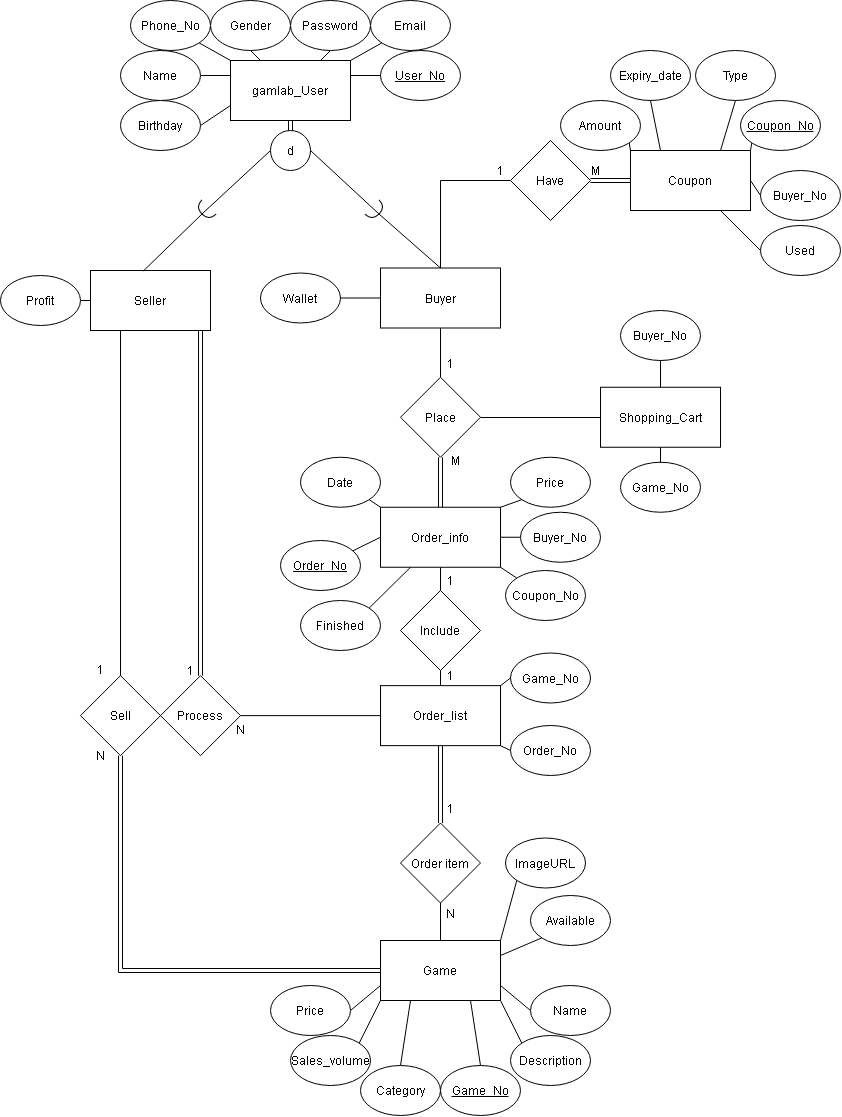
Above: DBMS-ER Diagram.png in 13urgerKing/109-1DBMS (draw.io), before the change. Source tidied: cells renumbered, new cells last; positions are measured from the earlier drawing's top-left corner, leaving out a move shared by most shapes.
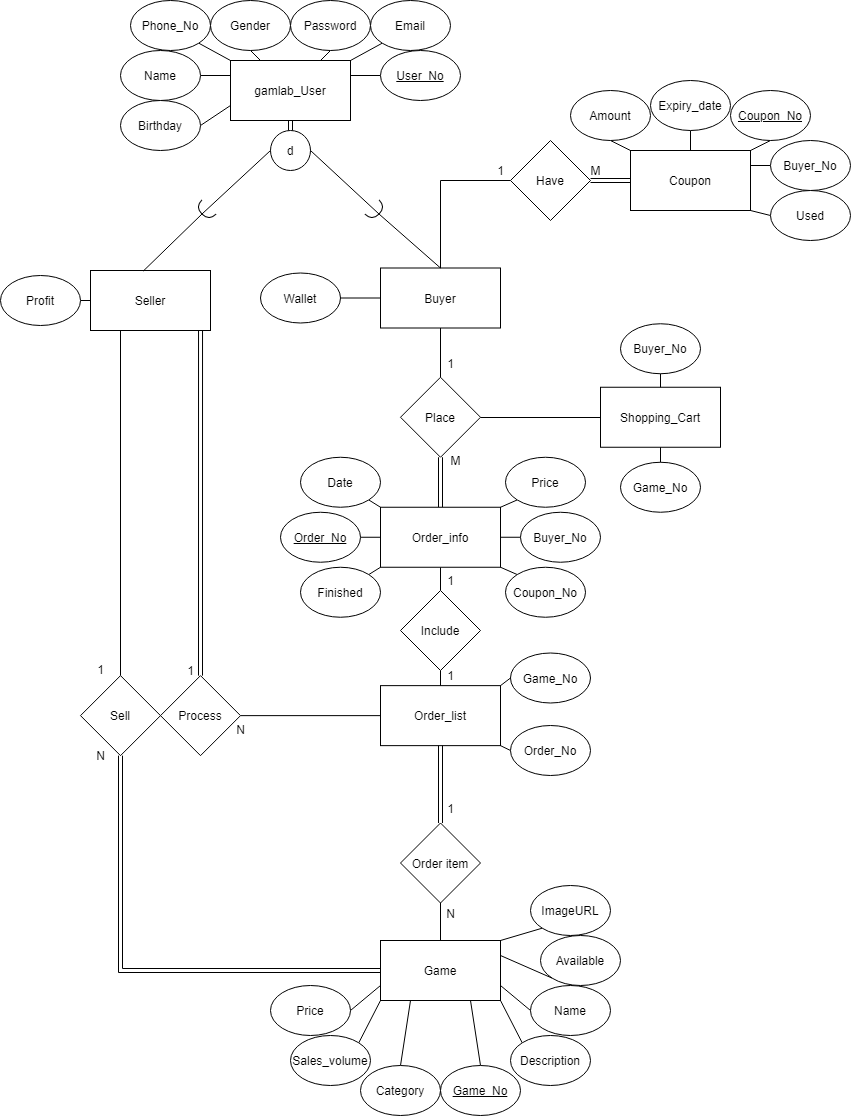
After the change.

The edit, as a diff of the source:
```diff
@@ -210,23 +210,23 @@
     <mxCell id="69" value="Coupon" style="rounded=0;whiteSpace=wrap;html=1;" parent="1" vertex="1">
       <mxGeometry x="630" y="150" width="120" height="60" as="geometry" />
     </mxCell>
-    <mxCell id="70" style="edgeStyle=none;rounded=0;jettySize=auto;html=1;exitX=0;exitY=1;exitDx=0;exitDy=0;entryX=1;entryY=0;entryDx=0;entryDy=0;endArrow=none;endFill=0;" parent="1" edge="1" source="71" target="69">
+    <mxCell id="70" style="edgeStyle=none;rounded=0;jettySize=auto;html=1;exitX=0.5;exitY=1;exitDx=0;exitDy=0;entryX=1;entryY=0;entryDx=0;entryDy=0;endArrow=none;endFill=0;" parent="1" edge="1" source="71" target="69">
       <mxGeometry relative="1" as="geometry" />
     </mxCell>
     <mxCell id="71" value="&lt;u&gt;Coupon_No&lt;/u&gt;" style="ellipse;whiteSpace=wrap;html=1;" parent="1" vertex="1">
-      <mxGeometry x="740" y="100" width="80" height="50" as="geometry" />
+      <mxGeometry x="730" y="90" width="80" height="50" as="geometry" />
     </mxCell>
-    <mxCell id="72" style="edgeStyle=none;rounded=0;jettySize=auto;html=1;exitX=0.5;exitY=1;exitDx=0;exitDy=0;entryX=0.25;entryY=0;entryDx=0;entryDy=0;endArrow=none;endFill=0;" parent="1" edge="1" source="73" target="69">
+    <mxCell id="72" style="edgeStyle=none;rounded=0;jettySize=auto;html=1;exitX=0.5;exitY=1;exitDx=0;exitDy=0;entryX=0.5;entryY=0;entryDx=0;entryDy=0;endArrow=none;endFill=0;" parent="1" edge="1" source="73" target="69">
       <mxGeometry relative="1" as="geometry" />
     </mxCell>
     <mxCell id="73" value="Expiry_date" style="ellipse;whiteSpace=wrap;html=1;" parent="1" vertex="1">
-      <mxGeometry x="610" y="50" width="80" height="50" as="geometry" />
+      <mxGeometry x="650" y="80" width="80" height="50" as="geometry" />
     </mxCell>
-    <mxCell id="74" style="edgeStyle=none;rounded=0;jettySize=auto;html=1;exitX=1;exitY=1;exitDx=0;exitDy=0;entryX=0;entryY=0;entryDx=0;entryDy=0;endArrow=none;endFill=0;" parent="1" edge="1" source="75" target="69">
+    <mxCell id="74" style="rounded=0;jettySize=auto;html=1;exitX=0.5;exitY=1;exitDx=0;exitDy=0;entryX=0;entryY=0;entryDx=0;entryDy=0;endArrow=none;endFill=0;" parent="1" edge="1" source="75" target="69">
       <mxGeometry relative="1" as="geometry" />
     </mxCell>
     <mxCell id="75" value="Amount" style="ellipse;whiteSpace=wrap;html=1;" parent="1" vertex="1">
-      <mxGeometry x="560" y="100" width="80" height="50" as="geometry" />
+      <mxGeometry x="570" y="90" width="80" height="50" as="geometry" />
     </mxCell>
     <mxCell id="76" style="edgeStyle=orthogonalEdgeStyle;rounded=0;jettySize=auto;html=1;exitX=0;exitY=0.5;exitDx=0;exitDy=0;entryX=0.5;entryY=0;entryDx=0;entryDy=0;endArrow=none;endFill=0;" parent="1" edge="1" source="78" target="9">
       <mxGeometry relative="1" as="geometry" />
@@ -243,12 +243,6 @@
     <mxCell id="80" value="M" style="text;html=1;align=center;verticalAlign=middle;" parent="1" vertex="1">
       <mxGeometry x="580" y="160" width="30" height="20" as="geometry" />
     </mxCell>
-    <mxCell id="81" style="edgeStyle=none;rounded=0;jettySize=auto;html=1;exitX=0.5;exitY=1;exitDx=0;exitDy=0;entryX=0.75;entryY=0;entryDx=0;entryDy=0;endArrow=none;endFill=0;" parent="1" edge="1" source="82" target="69">
-      <mxGeometry relative="1" as="geometry" />
-    </mxCell>
-    <mxCell id="82" value="Type" style="ellipse;whiteSpace=wrap;html=1;" parent="1" vertex="1">
-      <mxGeometry x="695" y="50" width="80" height="50" as="geometry" />
-    </mxCell>
     <mxCell id="83" style="edgeStyle=none;rounded=0;jettySize=auto;html=1;exitX=0.5;exitY=1;exitDx=0;exitDy=0;entryX=0.5;entryY=0;entryDx=0;entryDy=0;endArrow=none;endFill=0;" parent="1" edge="1" source="84" target="94">
       <mxGeometry relative="1" as="geometry" />
     </mxCell>
@@ -265,13 +259,13 @@
       <mxGeometry relative="1" as="geometry" />
     </mxCell>
     <mxCell id="88" value="Price" style="ellipse;whiteSpace=wrap;html=1;" parent="1" vertex="1">
-      <mxGeometry x="510" y="456.8" width="80" height="50" as="geometry" />
+      <mxGeometry x="505" y="456.8" width="80" height="50" as="geometry" />
     </mxCell>
     <mxCell id="89" style="edgeStyle=none;rounded=0;jettySize=auto;html=1;entryX=0;entryY=0.5;entryDx=0;entryDy=0;endArrow=none;endFill=0;" parent="1" edge="1" source="90" target="84">
       <mxGeometry relative="1" as="geometry" />
     </mxCell>
     <mxCell id="90" value="Order_No" style="ellipse;whiteSpace=wrap;html=1;fontStyle=4;" parent="1" vertex="1">
-      <mxGeometry x="280" y="540" width="80" height="50" as="geometry" />
+      <mxGeometry x="280" y="511.8" width="80" height="50" as="geometry" />
     </mxCell>
     <mxCell id="91" style="edgeStyle=none;rounded=0;jettySize=auto;html=1;exitX=0;exitY=0;exitDx=0;exitDy=0;entryX=1;entryY=1;entryDx=0;entryDy=0;endArrow=none;endFill=0;" parent="1" edge="1" source="108" target="84">
       <mxGeometry relative="1" as="geometry" />
@@ -291,26 +285,26 @@
     <mxCell id="96" value="1" style="text;html=1;align=center;verticalAlign=middle;" parent="1" vertex="1">
       <mxGeometry x="440" y="665.1" width="20" height="20" as="geometry" />
     </mxCell>
+    <mxCell id="98" style="edgeStyle=none;rounded=0;jettySize=auto;html=1;exitX=0;exitY=0.5;exitDx=0;exitDy=0;entryX=1;entryY=0.25;entryDx=0;entryDy=0;endArrow=none;endFill=0;" parent="1" edge="1" source="97" target="69">
+      <mxGeometry relative="1" as="geometry" />
+    </mxCell>
     <mxCell id="97" value="Buyer_No" style="ellipse;whiteSpace=wrap;html=1;" parent="1" vertex="1">
-      <mxGeometry x="760" y="170" width="80" height="50" as="geometry" />
+      <mxGeometry x="770" y="140" width="80" height="50" as="geometry" />
     </mxCell>
-    <mxCell id="98" style="edgeStyle=none;rounded=0;jettySize=auto;html=1;exitX=0;exitY=0.5;exitDx=0;exitDy=0;entryX=1;entryY=0.5;entryDx=0;entryDy=0;endArrow=none;endFill=0;" parent="1" edge="1" source="97" target="69">
-      <mxGeometry relative="1" as="geometry" />
-    </mxCell>
+    <mxCell id="100" style="edgeStyle=none;rounded=0;jettySize=auto;html=1;exitX=0;exitY=0.5;exitDx=0;exitDy=0;entryX=1;entryY=1;entryDx=0;entryDy=0;endArrow=none;endFill=0;" parent="1" edge="1" source="99" target="69">
+      <mxGeometry relative="1" as="geometry" />
+    </mxCell>
     <mxCell id="99" value="Used" style="ellipse;whiteSpace=wrap;html=1;" parent="1" vertex="1">
-      <mxGeometry x="760" y="225" width="80" height="50" as="geometry" />
+      <mxGeometry x="770" y="190" width="80" height="50" as="geometry" />
     </mxCell>
-    <mxCell id="100" style="edgeStyle=none;rounded=0;jettySize=auto;html=1;exitX=0;exitY=0.5;exitDx=0;exitDy=0;entryX=0.75;entryY=1;entryDx=0;entryDy=0;endArrow=none;endFill=0;" parent="1" edge="1" source="99" target="69">
-      <mxGeometry relative="1" as="geometry" />
-    </mxCell>
     <mxCell id="101" value="ImageURL" style="ellipse;whiteSpace=wrap;html=1;" parent="1" vertex="1">
-      <mxGeometry x="505" y="837.5" width="80" height="50" as="geometry" />
+      <mxGeometry x="530" y="885" width="80" height="50" as="geometry" />
     </mxCell>
     <mxCell id="102" style="edgeStyle=none;rounded=0;jettySize=auto;html=1;exitX=0;exitY=1;exitDx=0;exitDy=0;entryX=1;entryY=0;entryDx=0;entryDy=0;endArrow=none;endFill=0;" parent="1" edge="1" source="101" target="28">
       <mxGeometry x="70" y="152.5" as="geometry" />
     </mxCell>
     <mxCell id="103" value="Available" style="ellipse;whiteSpace=wrap;html=1;" parent="1" vertex="1">
-      <mxGeometry x="530" y="895" width="80" height="50" as="geometry" />
+      <mxGeometry x="540" y="935" width="80" height="50" as="geometry" />
     </mxCell>
     <mxCell id="104" style="edgeStyle=none;rounded=0;jettySize=auto;html=1;exitX=0;exitY=1;exitDx=0;exitDy=0;entryX=1;entryY=0.25;entryDx=0;entryDy=0;endArrow=none;endFill=0;" parent="1" edge="1" source="103" target="28">
       <mxGeometry x="80" y="162.5" as="geometry" />
@@ -328,14 +322,14 @@
       <mxGeometry x="520" y="511.8" width="80" height="50" as="geometry" />
     </mxCell>
     <mxCell id="108" value="Coupon_No" style="ellipse;whiteSpace=wrap;html=1;" parent="1" vertex="1">
-      <mxGeometry x="505" y="570" width="80" height="50" as="geometry" />
+      <mxGeometry x="505" y="566.8" width="80" height="50" as="geometry" />
     </mxCell>
+    <mxCell id="110" style="edgeStyle=none;rounded=0;jettySize=auto;html=1;exitX=1;exitY=0;exitDx=0;exitDy=0;entryX=0;entryY=1;entryDx=0;entryDy=0;endArrow=none;endFill=0;" parent="1" edge="1" source="109" target="84">
+      <mxGeometry relative="1" as="geometry" />
+    </mxCell>
     <mxCell id="109" value="Finished" style="ellipse;whiteSpace=wrap;html=1;" parent="1" vertex="1">
-      <mxGeometry x="300" y="600" width="80" height="50" as="geometry" />
+      <mxGeometry x="300" y="566.8" width="80" height="50" as="geometry" />
     </mxCell>
-    <mxCell id="110" style="edgeStyle=none;rounded=0;jettySize=auto;html=1;entryX=0.25;entryY=1;entryDx=0;entryDy=0;endArrow=none;endFill=0;exitX=1;exitY=0;exitDx=0;exitDy=0;" parent="1" edge="1" source="109" target="84">
-      <mxGeometry relative="1" as="geometry" />
-    </mxCell>
     <mxCell id="111" value="Game_No" style="ellipse;whiteSpace=wrap;html=1;" parent="1" vertex="1">
       <mxGeometry x="620" y="461.8" width="80" height="50" as="geometry" />
     </mxCell>
@@ -343,7 +337,7 @@
       <mxGeometry relative="1" as="geometry" />
     </mxCell>
     <mxCell id="113" value="Buyer_No" style="ellipse;whiteSpace=wrap;html=1;" parent="1" vertex="1">
-      <mxGeometry x="620" y="310" width="80" height="50" as="geometry" />
+      <mxGeometry x="620" y="323.2" width="80" height="50" as="geometry" />
     </mxCell>
     <mxCell id="114" style="edgeStyle=none;rounded=0;jettySize=auto;html=1;endArrow=none;endFill=0;entryX=0.5;entryY=0;entryDx=0;entryDy=0;exitX=0.5;exitY=1;exitDx=0;exitDy=0;" parent="1" edge="1" source="113" target="105">
       <mxGeometry relative="1" as="geometry" />
```
